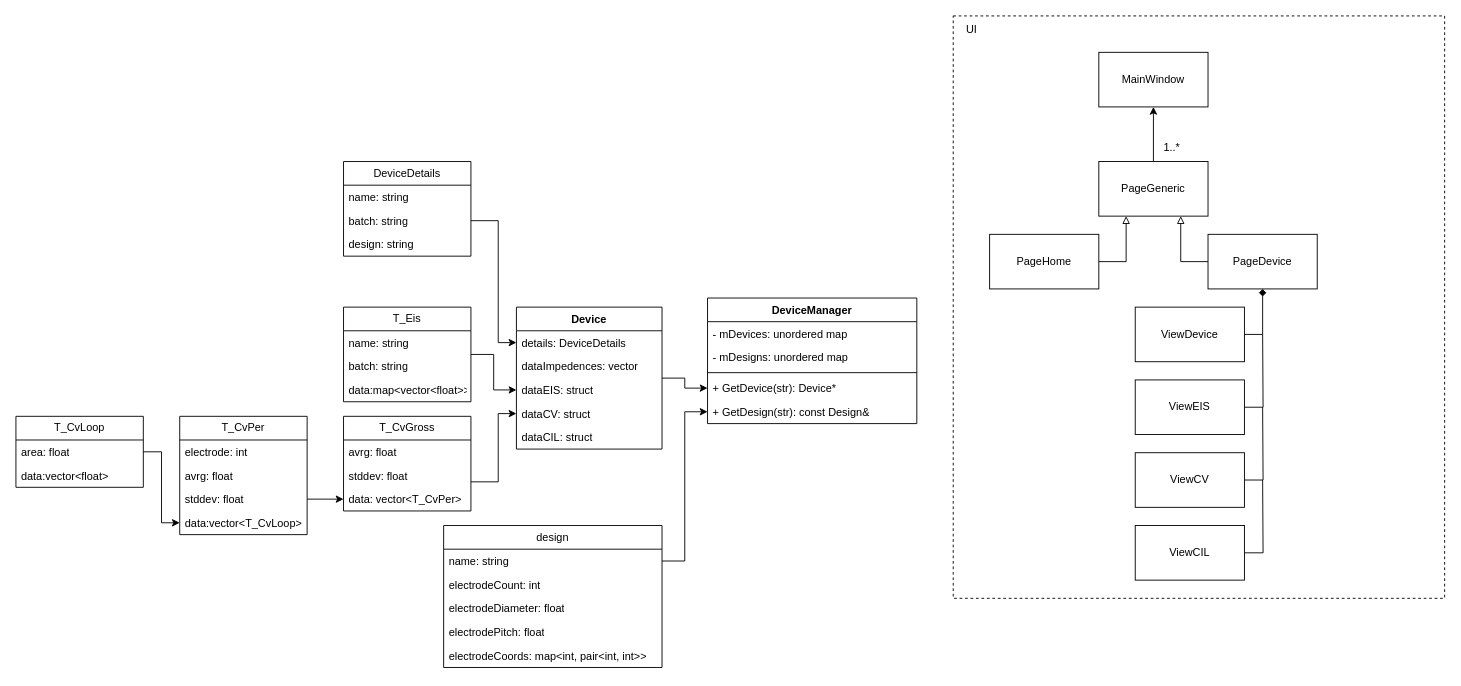
NotHosomi/DeviceDataCenter keeps this draw.io diagram as Doc/Class Diagram.drawio. Above is the earlier version. Source tidied: cells renumbered, new cells numbered last; positions are measured from the earlier drawing's top-left corner, leaving out a move shared by most shapes. Both pictures are drawn from the tidied source at 91%, with x=0, y=0 at pixel (15, 15).
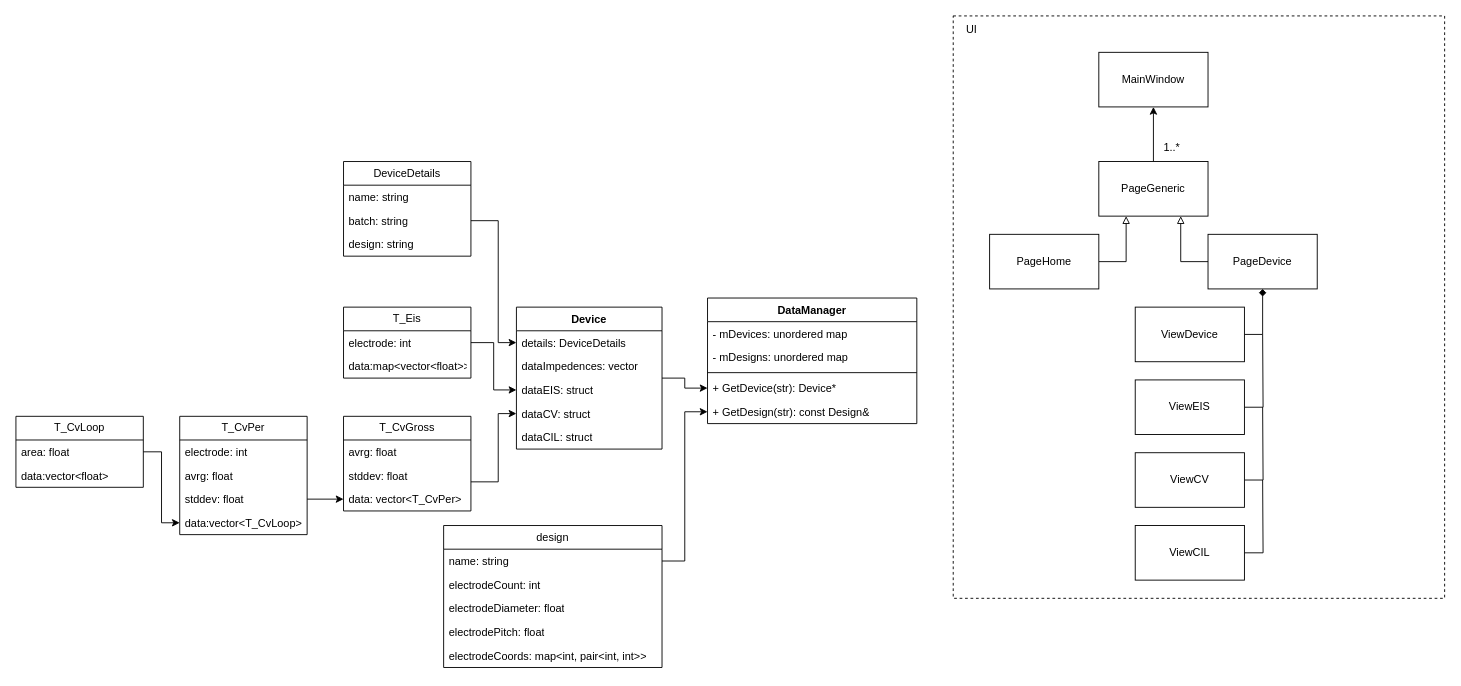
Above is the later version.

The edit, as a diff of the source:
```diff
@@
-    <mxCell id="20" value="DeviceManager" style="swimlane;fontStyle=1;align=center;verticalAlign=top;horizontal=1;startSize=26;whiteSpace=wrap;html=1;" parent="1" vertex="1">
+    <mxCell id="20" value="DataManager" style="swimlane;fontStyle=1;align=center;verticalAlign=top;horizontal=1;startSize=26;whiteSpace=wrap;html=1;" parent="1" vertex="1">
       <mxGeometry x="760" y="310" width="230" height="138" as="geometry" />
     </mxCell>
@@
     <mxCell id="54" value="T_Eis" style="swimlane;fontStyle=0;horizontal=1;startSize=26;fillColor=none;whiteSpace=wrap;html=1;" parent="1" vertex="1">
-      <mxGeometry x="360" y="320" width="140" height="104" as="geometry" />
+      <mxGeometry x="360" y="320" width="140" height="78" as="geometry" />
     </mxCell>
-    <mxCell id="55" value="name: string" style="text;strokeColor=none;fillColor=none;align=left;verticalAlign=top;spacingLeft=4;spacingRight=4;overflow=hidden;whiteSpace=wrap;html=1;" parent="54" vertex="1">
-      <mxGeometry y="26" width="140" height="26" as="geometry" />
-    </mxCell>
-    <mxCell id="56" value="batch: string" style="text;strokeColor=none;fillColor=none;align=left;verticalAlign=top;spacingLeft=4;spacingRight=4;overflow=hidden;whiteSpace=wrap;html=1;" parent="54" vertex="1">
-      <mxGeometry y="52" width="140" height="26" as="geometry" />
+    <mxCell id="56" value="electrode: int" style="text;strokeColor=none;fillColor=none;align=left;verticalAlign=top;spacingLeft=4;spacingRight=4;overflow=hidden;whiteSpace=wrap;html=1;" parent="54" vertex="1">
+      <mxGeometry y="26" width="140" height="26" as="geometry" />
     </mxCell>
     <mxCell id="57" value="data:map&amp;lt;vector&amp;lt;float&amp;gt;&amp;gt;" style="text;strokeColor=none;fillColor=none;align=left;verticalAlign=top;spacingLeft=4;spacingRight=4;overflow=hidden;whiteSpace=wrap;html=1;" parent="54" vertex="1">
-      <mxGeometry y="78" width="140" height="26" as="geometry" />
+      <mxGeometry y="52" width="140" height="26" as="geometry" />
     </mxCell>
```
